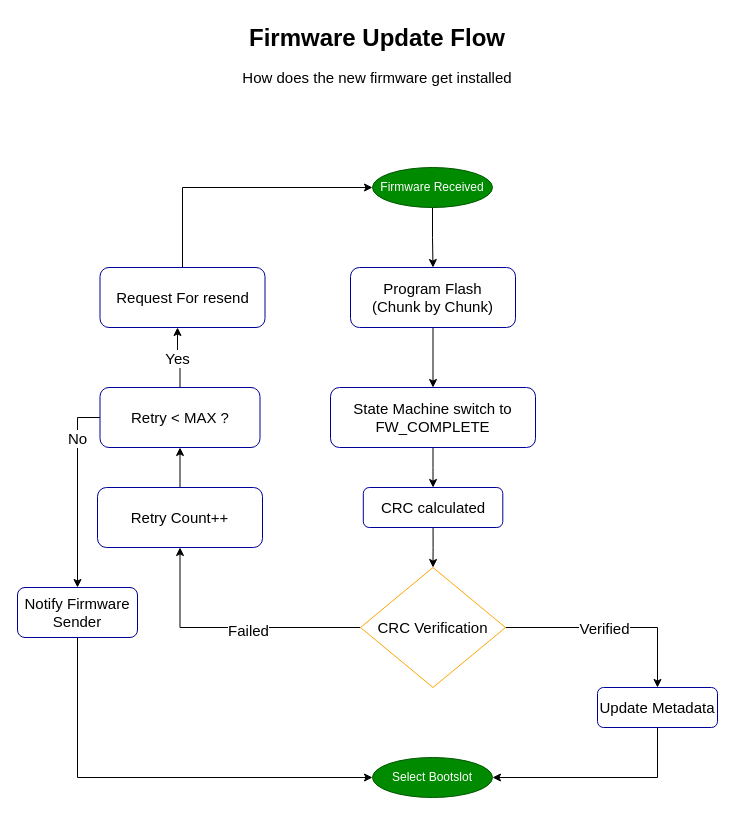
This is page "02 - Firmware Update Flow" (3 of 9) of Bootloader/17_HexBoot_F0_Failsafe_Dualslot_IAP/docs/HEXBOOT_F0_Architecture.drawio from brajogopal/stm32-baremetal-drivers, a draw.io file, before an edit. Source tidied: cells renumbered, new cells numbered last; positions are measured from the earlier drawing's top-left corner, leaving out a move shared by most shapes. Both pictures are drawn from the tidied source at 100%, with x=0, y=0 at pixel (17, 17).
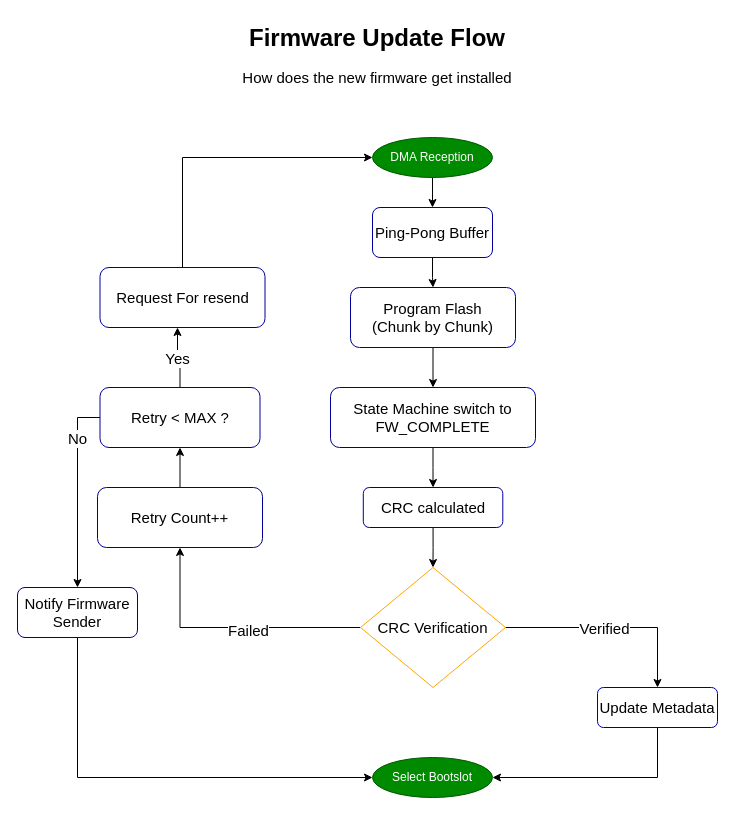
The same diagram, later.

The edit, as a diff of the source:
```diff
@@
-    <mxCell id="3" style="edgeStyle=orthogonalEdgeStyle;rounded=0;jettySize=auto;html=1;exitX=0.5;exitY=1;exitDx=0;exitDy=0;entryX=0.5;entryY=0;entryDx=0;entryDy=0;" parent="1" edge="1" source="4" target="21">
-      <mxGeometry relative="1" as="geometry" />
-    </mxCell>
+    <mxCell id="31" style="edgeStyle=orthogonalEdgeStyle;rounded=0;jettySize=auto;html=1;" parent="1" edge="1" source="4" target="33">
+      <mxGeometry relative="1" as="geometry" />
+    </mxCell>
-    <mxCell id="4" value="Firmware Received" style="ellipse;whiteSpace=wrap;html=1;fillColor=#008a00;strokeColor=#005700;fontColor=#ffffff;" parent="1" vertex="1">
-      <mxGeometry x="355" y="150" width="120" height="40" as="geometry" />
+    <mxCell id="4" value="DMA Reception" style="ellipse;whiteSpace=wrap;html=1;fillColor=#008a00;strokeColor=#005700;fontColor=#ffffff;" parent="1" vertex="1">
+      <mxGeometry x="355" y="120" width="120" height="40" as="geometry" />
     </mxCell>
@@
     <mxCell id="21" value="&lt;font style=&quot;font-size: 15px;&quot;&gt;Program Flash&lt;br/&gt;(Chunk by Chunk)&lt;/font&gt;" style="rounded=1;whiteSpace=wrap;html=1;strokeColor=#000099;" parent="1" vertex="1">
-      <mxGeometry x="333" y="250" width="165" height="60" as="geometry" />
+      <mxGeometry x="333" y="270" width="165" height="60" as="geometry" />
     </mxCell>
@@
+    <mxCell id="32" style="edgeStyle=orthogonalEdgeStyle;rounded=0;jettySize=auto;html=1;" parent="1" edge="1" source="33" target="21">
+      <mxGeometry relative="1" as="geometry" />
+    </mxCell>
+    <mxCell id="33" value="&lt;font style=&quot;font-size: 15px;&quot;&gt;Ping-Pong Buffer&lt;/font&gt;" style="rounded=1;whiteSpace=wrap;html=1;strokeColor=#000099;" parent="1" vertex="1">
+      <mxGeometry x="355" y="190" width="120" height="50" as="geometry" />
+    </mxCell>
```
